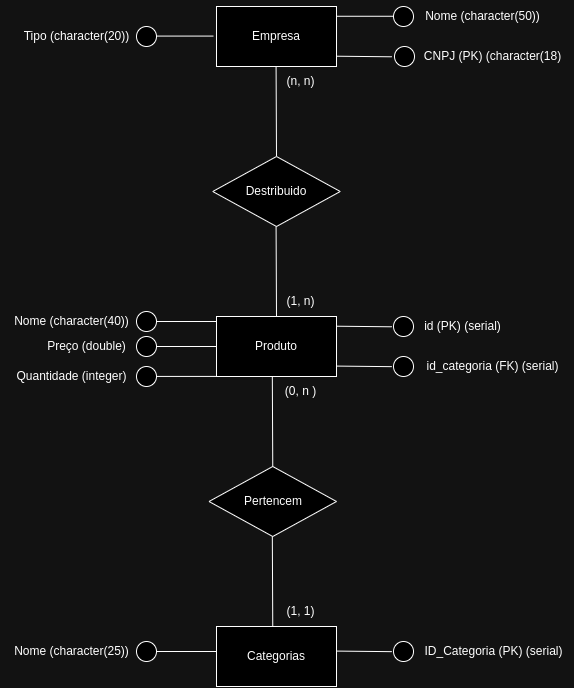
This is adega_der.drawio.png from BlueishCupcake/estacio-banco-de-dados, a draw.io export, as it was before one commit. Source tidied: cells renumbered, new cells last; positions are measured from the earlier drawing's top-left corner, leaving out a move shared by most shapes.
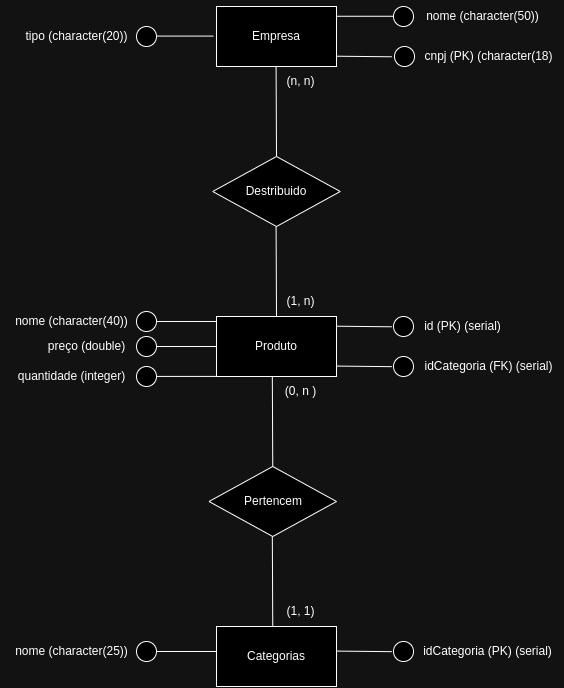
After the commit.

The edit, as a diff of the source:
```diff
@@ -14,14 +14,14 @@
     <mxCell id="4" style="ellipse;whiteSpace=wrap;html=1;" parent="1" vertex="1">
       <mxGeometry x="392" y="5" width="20" height="20" as="geometry" />
     </mxCell>
-    <mxCell id="5" value="Nome (character(50))" style="text;html=1;align=center;verticalAlign=middle;strokeColor=none;fillColor=none;" parent="1" vertex="1">
+    <mxCell id="5" value="nome (character(50))" style="text;html=1;align=center;verticalAlign=middle;strokeColor=none;fillColor=none;" parent="1" vertex="1">
       <mxGeometry x="410.8" width="140" height="30" as="geometry" />
     </mxCell>
     <mxCell id="6" style="ellipse;whiteSpace=wrap;html=1;" parent="1" vertex="1">
       <mxGeometry x="393" y="45" width="20" height="20" as="geometry" />
     </mxCell>
-    <mxCell id="7" value="CNPJ (PK) (character(18)" style="text;html=1;align=center;verticalAlign=middle;strokeColor=none;fillColor=none;" parent="1" vertex="1">
-      <mxGeometry x="410.8" y="40" width="160" height="30" as="geometry" />
+    <mxCell id="7" value="cnpj (PK) (character(18)" style="text;html=1;align=center;verticalAlign=middle;strokeColor=none;fillColor=none;" parent="1" vertex="1">
+      <mxGeometry x="412" y="40" width="150" height="30" as="geometry" />
     </mxCell>
     <mxCell id="8" style="endArrow=none;html=1;rounded=0;entryX=-0.138;entryY=0.529;entryDx=0;entryDy=0;entryPerimeter=0;" parent="1" edge="1">
       <mxGeometry relative="1" as="geometry">
@@ -38,7 +38,7 @@
     <mxCell id="10" style="ellipse;whiteSpace=wrap;html=1;" parent="1" vertex="1">
       <mxGeometry x="135" y="25" width="20" height="20" as="geometry" />
     </mxCell>
-    <mxCell id="11" value="Tipo (character(20))" style="text;html=1;align=center;verticalAlign=middle;strokeColor=none;fillColor=none;" parent="1" vertex="1">
+    <mxCell id="11" value="tipo (character(20))" style="text;html=1;align=center;verticalAlign=middle;strokeColor=none;fillColor=none;" parent="1" vertex="1">
       <mxGeometry x="10" y="20" width="130" height="30" as="geometry" />
     </mxCell>
     <mxCell id="12" style="endArrow=none;html=1;rounded=0;" parent="1" edge="1">
@@ -80,11 +80,11 @@
         <mxPoint x="155" y="320" as="targetPoint" />
       </mxGeometry>
     </mxCell>
-    <mxCell id="21" value="Nome (character(40))" style="text;html=1;align=center;verticalAlign=middle;strokeColor=none;fillColor=none;" parent="1" vertex="1">
+    <mxCell id="21" value="nome (character(40))" style="text;html=1;align=center;verticalAlign=middle;strokeColor=none;fillColor=none;" parent="1" vertex="1">
       <mxGeometry y="305" width="140" height="30" as="geometry" />
     </mxCell>
-    <mxCell id="22" value="id_categoria (FK) (serial)" style="text;html=1;align=center;verticalAlign=middle;strokeColor=none;fillColor=none;" parent="1" vertex="1">
-      <mxGeometry x="410.8" y="350" width="160" height="30" as="geometry" />
+    <mxCell id="22" value="idCategoria (FK) (serial)" style="text;html=1;align=center;verticalAlign=middle;strokeColor=none;fillColor=none;" parent="1" vertex="1">
+      <mxGeometry x="412" y="350" width="150" height="30" as="geometry" />
     </mxCell>
     <mxCell id="23" style="ellipse;whiteSpace=wrap;html=1;" parent="1" vertex="1">
       <mxGeometry x="135" y="335" width="20" height="20" as="geometry" />
@@ -95,7 +95,7 @@
         <mxPoint x="155" y="345" as="targetPoint" />
       </mxGeometry>
     </mxCell>
-    <mxCell id="25" value="Preço (double)" style="text;html=1;align=center;verticalAlign=middle;strokeColor=none;fillColor=none;" parent="1" vertex="1">
+    <mxCell id="25" value="preço (double)" style="text;html=1;align=center;verticalAlign=middle;strokeColor=none;fillColor=none;" parent="1" vertex="1">
       <mxGeometry x="35" y="330" width="100" height="30" as="geometry" />
     </mxCell>
     <mxCell id="26" style="ellipse;whiteSpace=wrap;html=1;" parent="1" vertex="1">
@@ -107,14 +107,14 @@
         <mxPoint x="155" y="374.9" as="targetPoint" />
       </mxGeometry>
     </mxCell>
-    <mxCell id="28" value="Quantidade (integer)" style="text;html=1;align=center;verticalAlign=middle;strokeColor=none;fillColor=none;" parent="1" vertex="1">
+    <mxCell id="28" value="quantidade (integer)" style="text;html=1;align=center;verticalAlign=middle;strokeColor=none;fillColor=none;" parent="1" vertex="1">
       <mxGeometry x="5" y="360" width="130" height="30" as="geometry" />
     </mxCell>
     <mxCell id="29" value="Categorias" style="rounded=0;whiteSpace=wrap;html=1;" parent="1" vertex="1">
       <mxGeometry x="215" y="625" width="120" height="60" as="geometry" />
     </mxCell>
-    <mxCell id="30" value="ID_Categoria (PK) (serial)" style="text;html=1;align=center;verticalAlign=middle;strokeColor=none;fillColor=none;" parent="1" vertex="1">
-      <mxGeometry x="412" y="635" width="160" height="30" as="geometry" />
+    <mxCell id="30" value="idCategoria (PK) (serial)" style="text;html=1;align=center;verticalAlign=middle;strokeColor=none;fillColor=none;" parent="1" vertex="1">
+      <mxGeometry x="410.8" y="635" width="150" height="30" as="geometry" />
     </mxCell>
     <mxCell id="31" style="ellipse;whiteSpace=wrap;html=1;" parent="1" vertex="1">
       <mxGeometry x="392" y="355" width="20" height="20" as="geometry" />
@@ -158,7 +158,7 @@
         <mxPoint x="155" y="650" as="targetPoint" />
       </mxGeometry>
     </mxCell>
-    <mxCell id="40" value="Nome (character(25))" style="text;html=1;align=center;verticalAlign=middle;strokeColor=none;fillColor=none;" parent="1" vertex="1">
+    <mxCell id="40" value="nome (character(25))" style="text;html=1;align=center;verticalAlign=middle;strokeColor=none;fillColor=none;" parent="1" vertex="1">
       <mxGeometry y="635" width="140" height="30" as="geometry" />
     </mxCell>
     <mxCell id="41" value="(n, n)" style="text;html=1;align=center;verticalAlign=middle;strokeColor=none;fillColor=none;" parent="1" vertex="1">
```
